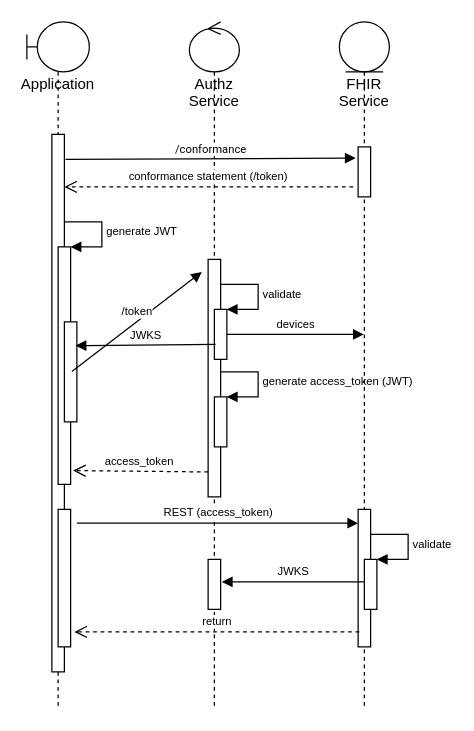
Earlier version of the draw.io diagram topics/Koppeltaal Applicatie Toegang.drawio (Koppeltaal/Koppeltaal-2.0-Specificaties-en-Architectuur). Source tidied: cells renumbered, new cells numbered last; positions are measured from the earlier drawing's top-left corner, leaving out a move shared by most shapes. Both pictures are drawn from the tidied source at 125%, with x=0, y=0 at pixel (26, 21).
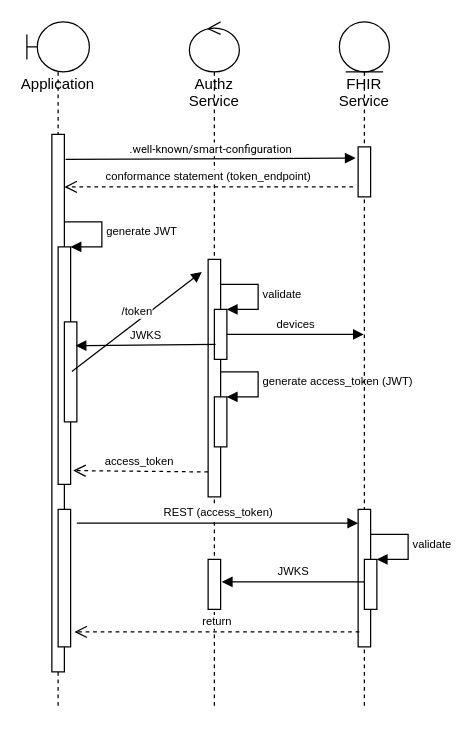
Above is the later version.

Commit message:
Using .well-known/smart-configuration

The change refers to these unchanged cells:
```xml
<mxCell id="16" style="html=1;points=[];perimeter=orthogonalPerimeter;fontSize=9;" parent="15" vertex="1">
  <mxGeometry x="15" y="100" width="10" height="40" as="geometry" />
</mxCell>
```

Change to the diagram source:
```diff
@@
-    <mxCell id="20" value="&lt;span style=&quot;text-align: start;&quot; id=&quot;docs-internal-guid-a28b069d-7fff-43a8-c809-6137400d5dd9&quot;&gt;&lt;span style=&quot;font-family: Roboto, sans-serif; font-variant-ligatures: normal; font-variant-east-asian: normal; font-variant-position: normal; vertical-align: baseline;&quot;&gt;&lt;font style=&quot;font-size: 9px;&quot;&gt;/conformance&lt;/font&gt;&lt;/span&gt;&lt;/span&gt;" style="html=1;verticalAlign=bottom;endArrow=block;entryX=-0.2;entryY=0.225;rounded=0;fontSize=9;entryDx=0;entryDy=0;entryPerimeter=0;" parent="1" edge="1" target="16">
+    <mxCell id="20" value="&lt;div style=&quot;text-align: start;&quot;&gt;&lt;font face=&quot;Roboto, sans-serif&quot;&gt;.well-known/smart-configuration&lt;/font&gt;&lt;/div&gt;" style="html=1;verticalAlign=bottom;endArrow=block;entryX=-0.2;entryY=0.225;rounded=0;fontSize=9;entryDx=0;entryDy=0;entryPerimeter=0;" parent="1" edge="1" target="16">
       <mxGeometry relative="1" as="geometry">
         <mxPoint x="31" y="110" as="sourcePoint" />
       </mxGeometry>
     </mxCell>
-    <mxCell id="21" value="conformance statement (/token)" style="html=1;verticalAlign=bottom;endArrow=open;dashed=1;endSize=8;rounded=0;fontSize=9;exitX=-0.4;exitY=0.8;exitDx=0;exitDy=0;exitPerimeter=0;" parent="1" edge="1" source="16">
+    <mxCell id="21" value="conformance statement (token_endpoint)" style="html=1;verticalAlign=bottom;endArrow=open;dashed=1;endSize=8;rounded=0;fontSize=9;exitX=-0.4;exitY=0.8;exitDx=0;exitDy=0;exitPerimeter=0;" parent="1" edge="1" source="16">
       <mxGeometry relative="1" as="geometry">
         <mxPoint x="30" y="132" as="targetPoint" />
       </mxGeometry>
     </mxCell>
```
